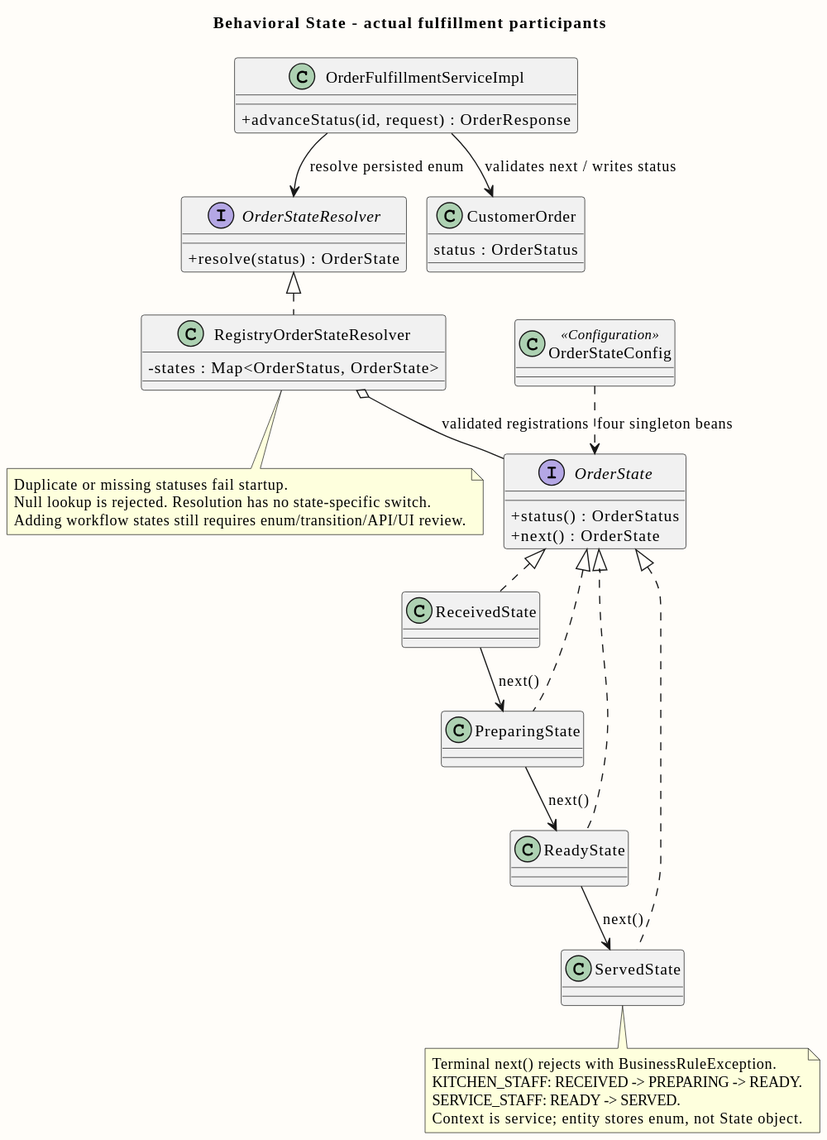
Earlier version of the PlantUML export doc/diagrams/previews/class-order-state.svg (PavaritPramual/buffet-restaurant-management-system).
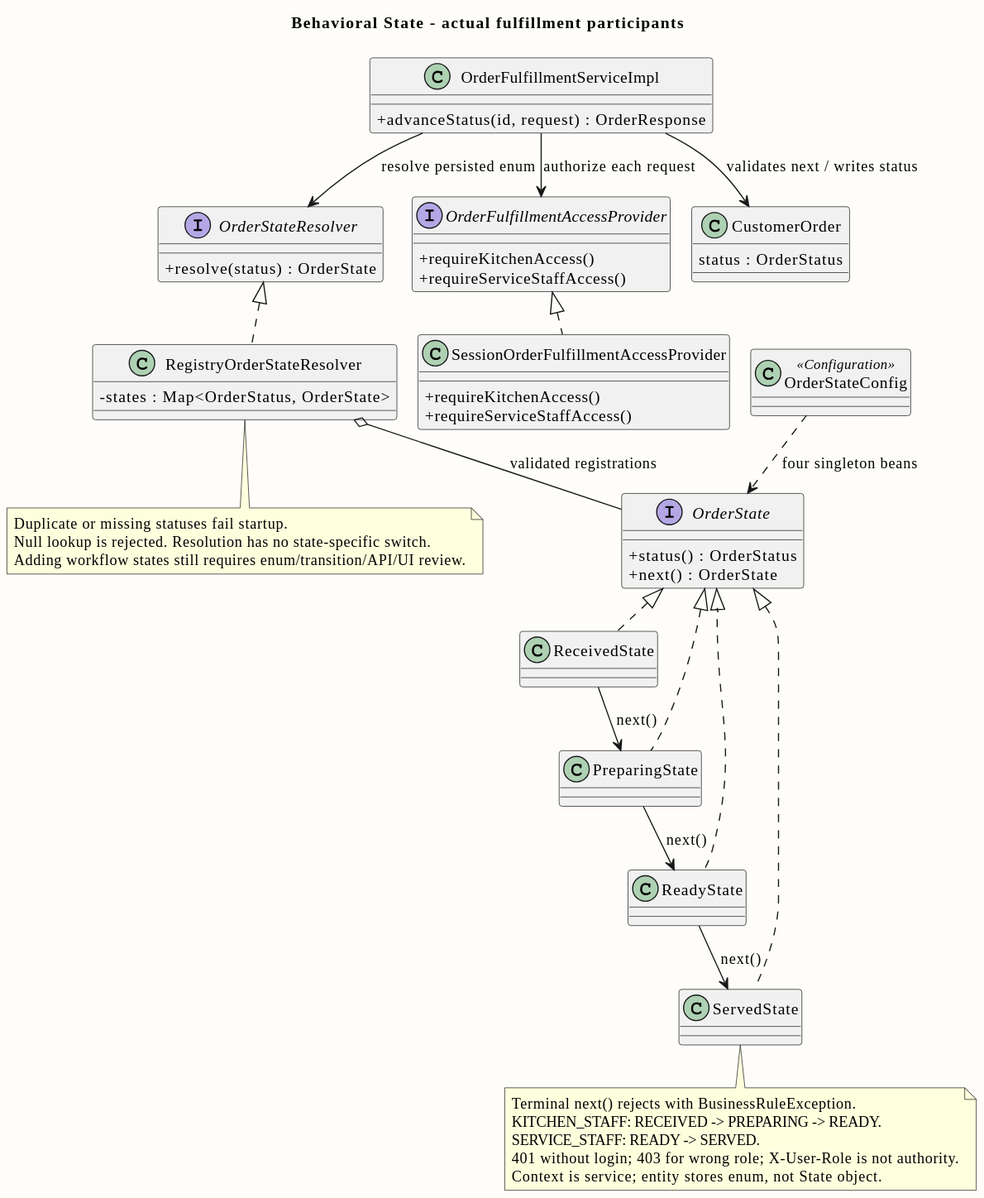
After the change.

The edit, as a diff of the source:
```diff
@@ -23,6 +23,14 @@
 class OrderFulfillmentServiceImpl {
  +advanceStatus(id, request) : OrderResponse
 }
+interface OrderFulfillmentAccessProvider {
+ +requireKitchenAccess()
+ +requireServiceStaffAccess()
+}
+class SessionOrderFulfillmentAccessProvider {
+ +requireKitchenAccess()
+ +requireServiceStaffAccess()
+}
 class CustomerOrder {
  status : OrderStatus
 }
@@ -38,6 +46,8 @@
 RegistryOrderStateResolver o-- OrderState : validated registrations
 OrderStateConfig ..> OrderState : four singleton beans
 OrderFulfillmentServiceImpl --> CustomerOrder : validates next / writes status
+OrderFulfillmentServiceImpl --> OrderFulfillmentAccessProvider : authorize each request
+OrderFulfillmentAccessProvider <|.. SessionOrderFulfillmentAccessProvider
 note bottom of RegistryOrderStateResolver
  Duplicate or missing statuses fail startup.
  Null lookup is rejected. Resolution has no state-specific switch.
@@ -47,6 +57,7 @@
  Terminal next() rejects with BusinessRuleException.
  KITCHEN_STAFF: RECEIVED -> PREPARING -> READY.
  SERVICE_STAFF: READY -> SERVED.
+ 401 without login; 403 for wrong role; X-User-Role is not authority.
  Context is service; entity stores enum, not State object.
 end note
 @enduml
```
